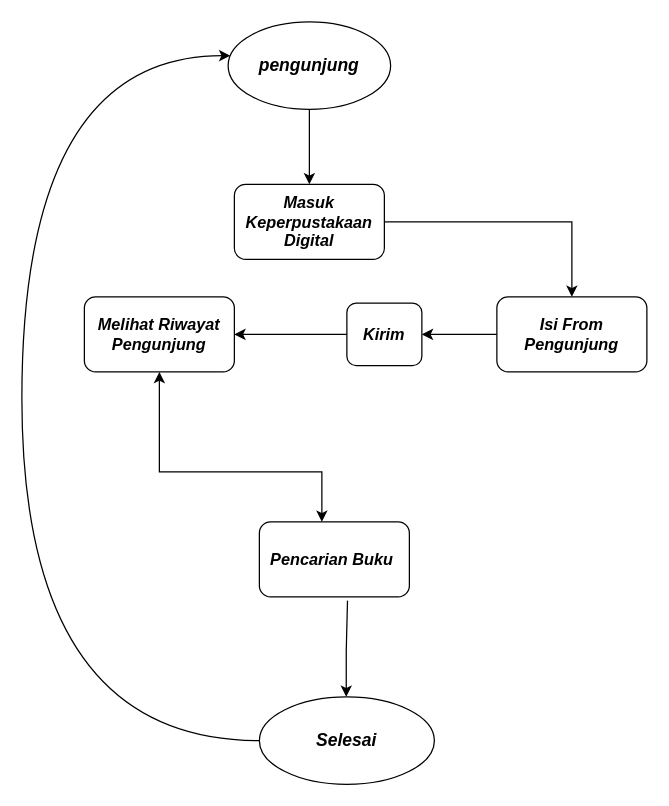
rian-haqi/Alur_PerpusDigitalrian keeps this draw.io diagram as AlurPerpusDigitalRian.drawio. Above is the earlier version. Source tidied: cells renumbered, new cells numbered last; positions are measured from the earlier drawing's top-left corner, leaving out a move shared by most shapes. Both pictures are drawn from the tidied source at 125%, with x=0, y=0 at pixel (21, 21).
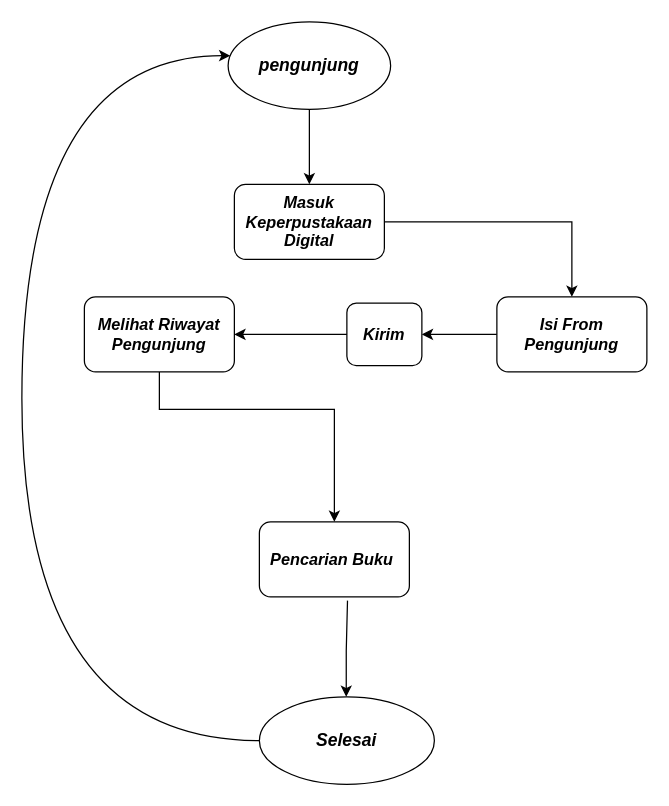
Above is the later version.

Unchanged cells that the change refers to:
```xml
<mxCell id="7" value="&lt;font style=&quot;font-size: 13px;&quot;&gt;&lt;b&gt;&lt;i&gt;Melihat Riwayat Pengunjung&lt;/i&gt;&lt;/b&gt;&lt;/font&gt;" style="whiteSpace=wrap;html=1;rounded=1;" parent="1" vertex="1">
  <mxGeometry x="50" y="220" width="120" height="60" as="geometry" />
</mxCell>
<mxCell id="9" value="&lt;font style=&quot;font-size: 13px;&quot;&gt;&lt;b&gt;&lt;i&gt;Pencarian Buku&amp;nbsp;&lt;/i&gt;&lt;/b&gt;&lt;/font&gt;" style="whiteSpace=wrap;html=1;rounded=1;" parent="1" vertex="1">
  <mxGeometry x="190" y="400" width="120" height="60" as="geometry" />
</mxCell>
```

Diff of the diagram source:
```diff
@@
+    <mxCell id="16" style="edgeStyle=orthogonalEdgeStyle;rounded=0;jettySize=auto;html=1;entryX=0.5;entryY=0;entryDx=0;entryDy=0;" parent="1" edge="1" source="7" target="9">
+      <mxGeometry relative="1" as="geometry">
+        <Array as="points">
+          <mxPoint x="110" y="310" />
+          <mxPoint x="250" y="310" />
+        </Array>
+      </mxGeometry>
+    </mxCell>
@@
-    <mxCell id="13" style="endArrow=classic;startArrow=classic;html=1;rounded=0;entryX=0.5;entryY=1;entryDx=0;entryDy=0;edgeStyle=orthogonalEdgeStyle;" parent="1" edge="1" source="9" target="7">
-      <mxGeometry relative="1" as="geometry">
-        <Array as="points">
-          <mxPoint x="240" y="360" />
-          <mxPoint x="110" y="360" />
-        </Array>
-      </mxGeometry>
-    </mxCell>
```
